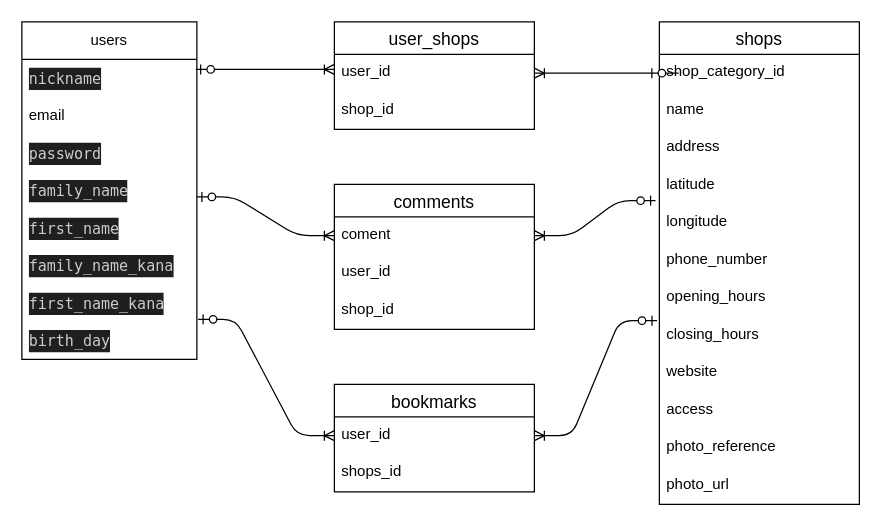
kazue-totoro/to_go_eat-41356 keeps this draw.io diagram as db/database-togoeat.dio. Above is the earlier version. Source tidied: cells renumbered, new cells numbered last; positions are measured from the earlier drawing's top-left corner, leaving out a move shared by most shapes. Both pictures are drawn from the tidied source at 125%, with x=0, y=0 at pixel (21, 21).
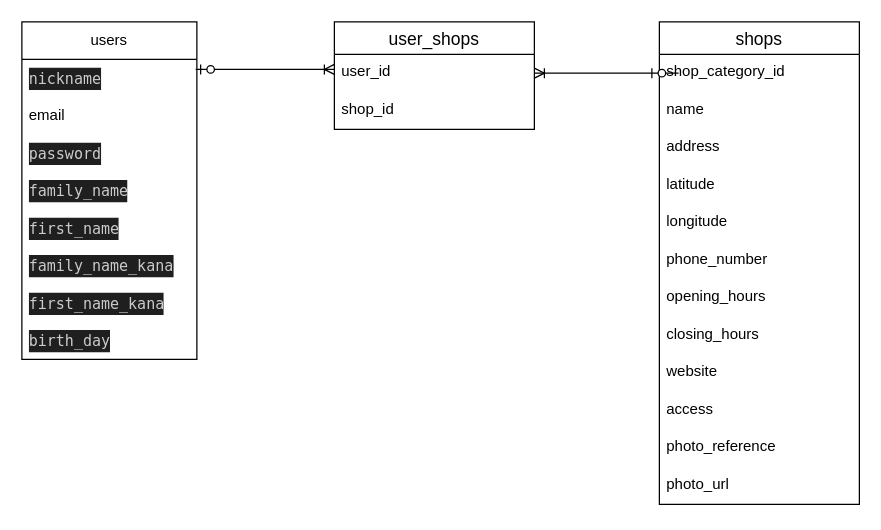
The same diagram, later.

The change refers to these unchanged cells:
```xml
<mxCell id="11" value="longitude" style="text;strokeColor=none;fillColor=none;spacingLeft=4;spacingRight=4;overflow=hidden;points=[[0,0.5],[1,0.5]];portConstraint=eastwest;fontSize=12;" parent="6" vertex="1">
  <mxGeometry y="146" width="160" height="30" as="geometry" />
</mxCell>
<mxCell id="13" value="opening_hours" style="text;strokeColor=none;fillColor=none;spacingLeft=4;spacingRight=4;overflow=hidden;points=[[0,0.5],[1,0.5]];portConstraint=eastwest;fontSize=12;" parent="6" vertex="1">
  <mxGeometry y="206" width="160" height="30" as="geometry" />
</mxCell>
<mxCell id="30" value="&lt;div style=&quot;color: rgb(204, 204, 204); background-color: rgb(31, 31, 31); font-family: Menlo, Monaco, &amp;quot;Courier New&amp;quot;, monospace; line-height: 18px;&quot;&gt;birth_day&lt;/div&gt;" style="text;strokeColor=none;fillColor=none;align=left;verticalAlign=middle;spacingLeft=4;spacingRight=4;overflow=hidden;points=[[0,0.5],[1,0.5]];portConstraint=eastwest;whiteSpace=wrap;html=1;" parent="22" vertex="1">
  <mxGeometry y="240" width="140" height="30" as="geometry" />
</mxCell>
```

Diff of the diagram source:
```diff
@@
-    <mxCell id="2" value="comments" style="swimlane;fontStyle=0;horizontal=1;startSize=26;align=center;fontSize=14;" parent="1" vertex="1">
-      <mxGeometry x="250" y="130" width="160" height="116" as="geometry" />
-    </mxCell>
-    <mxCell id="3" value="coment" style="text;strokeColor=none;fillColor=none;spacingLeft=4;spacingRight=4;overflow=hidden;points=[[0,0.5],[1,0.5]];portConstraint=eastwest;fontSize=12;" parent="2" vertex="1">
-      <mxGeometry y="26" width="160" height="30" as="geometry" />
-    </mxCell>
-    <mxCell id="4" value="user_id &#10;" style="text;strokeColor=none;fillColor=none;spacingLeft=4;spacingRight=4;overflow=hidden;fontSize=12;" parent="2" vertex="1">
-      <mxGeometry y="56" width="160" height="30" as="geometry" />
-    </mxCell>
-    <mxCell id="5" value="shop_id" style="text;strokeColor=none;fillColor=none;spacingLeft=4;spacingRight=4;overflow=hidden;fontSize=12;" parent="2" vertex="1">
-      <mxGeometry y="86" width="160" height="30" as="geometry" />
-    </mxCell>
@@
-    <mxCell id="31" value="bookmarks" style="swimlane;fontStyle=0;horizontal=1;startSize=26;align=center;fontSize=14;" parent="1" vertex="1">
-      <mxGeometry x="250" y="290" width="160" height="86" as="geometry" />
-    </mxCell>
-    <mxCell id="32" value="user_id" style="text;strokeColor=none;fillColor=none;spacingLeft=4;spacingRight=4;overflow=hidden;points=[[0,0.5],[1,0.5]];portConstraint=eastwest;fontSize=12;" parent="31" vertex="1">
-      <mxGeometry y="26" width="160" height="30" as="geometry" />
-    </mxCell>
-    <mxCell id="33" value="shops_id" style="text;strokeColor=none;fillColor=none;spacingLeft=4;spacingRight=4;overflow=hidden;fontSize=12;" parent="31" vertex="1">
-      <mxGeometry y="56" width="160" height="30" as="geometry" />
-    </mxCell>
@@
-    <mxCell id="36" style="edgeStyle=entityRelationEdgeStyle;fontSize=12;html=1;endArrow=ERoneToMany;startArrow=ERzeroToOne;entryX=0;entryY=0.5;entryDx=0;entryDy=0;" parent="1" edge="1" target="3">
-      <mxGeometry relative="1" as="geometry">
-        <mxPoint x="140" y="140" as="sourcePoint" />
-      </mxGeometry>
-    </mxCell>
-    <mxCell id="37" style="edgeStyle=entityRelationEdgeStyle;fontSize=12;html=1;endArrow=ERoneToMany;startArrow=ERzeroToOne;exitX=1.007;exitY=-0.067;exitDx=0;exitDy=0;exitPerimeter=0;entryX=0;entryY=0.5;entryDx=0;entryDy=0;" parent="1" edge="1" source="30" target="32">
-      <mxGeometry relative="1" as="geometry" />
-    </mxCell>
-    <mxCell id="38" style="edgeStyle=entityRelationEdgeStyle;fontSize=12;html=1;endArrow=ERoneToMany;startArrow=ERzeroToOne;entryX=1;entryY=0.5;entryDx=0;entryDy=0;exitX=-0.019;exitY=-0.1;exitDx=0;exitDy=0;exitPerimeter=0;" parent="1" edge="1" source="11" target="3">
-      <mxGeometry relative="1" as="geometry" />
-    </mxCell>
-    <mxCell id="39" style="edgeStyle=entityRelationEdgeStyle;fontSize=12;html=1;endArrow=ERoneToMany;startArrow=ERzeroToOne;entryX=1;entryY=0.5;entryDx=0;entryDy=0;exitX=-0.012;exitY=1.1;exitDx=0;exitDy=0;exitPerimeter=0;" parent="1" edge="1" source="13" target="32">
-      <mxGeometry relative="1" as="geometry" />
-    </mxCell>
```
